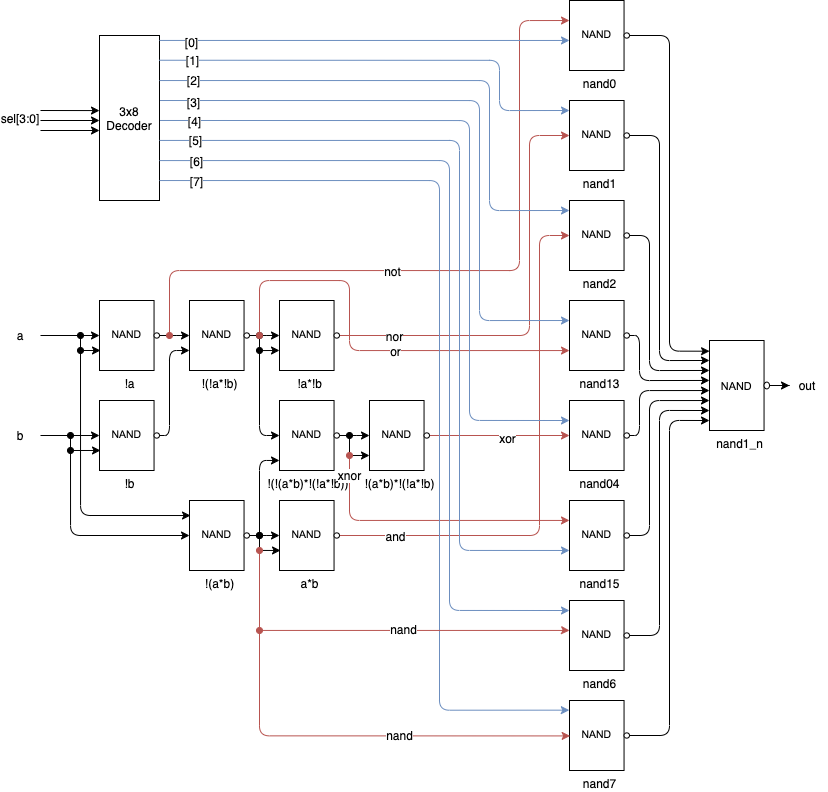
Earlier version of the draw.io export lab2/basic/NAND_implemnet/nand_implement.png (tangerine1202/EECS207001-Logic-Design-Lab). Source tidied: cells renumbered, new cells last; positions are measured from the earlier drawing's top-left corner, leaving out a move shared by most shapes.
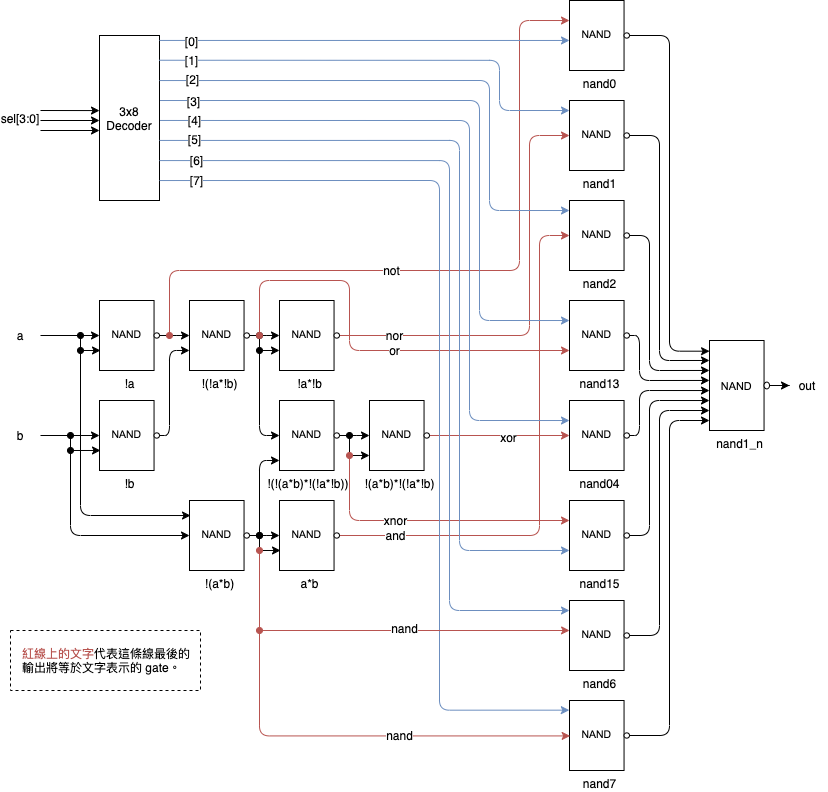
Above is the later version.

Commit message:
fix(lab2): renew nand_impl diagram

The edit, as a diff of the source:
```diff
@@ -2,6 +2,9 @@
   <root>
     <mxCell id="0" />
     <mxCell id="1" parent="0" />
+    <mxCell id="84" style="rounded=0;whiteSpace=wrap;html=1;dashed=1;" parent="1" vertex="1">
+      <mxGeometry x="10" y="630" width="190" height="60" as="geometry" />
+    </mxCell>
     <mxCell id="2" style="edgeStyle=orthogonalEdgeStyle;rounded=1;jettySize=auto;html=1;startArrow=none;startFill=0;" parent="1" edge="1" source="4" target="25">
       <mxGeometry relative="1" as="geometry" />
     </mxCell>
@@ -420,5 +423,8 @@
     <mxCell id="83" value="out" style="text;html=1;strokeColor=none;fillColor=none;align=center;verticalAlign=middle;whiteSpace=wrap;rounded=0;" parent="1" vertex="1">
       <mxGeometry x="787" y="375" width="40" height="20" as="geometry" />
     </mxCell>
+    <mxCell id="85" value="&lt;font color=&quot;#b85450&quot;&gt;紅線上的文字&lt;/font&gt;代表這條線最後的輸出將等於文字表示的 gate。" style="text;html=1;strokeColor=none;fillColor=none;align=left;verticalAlign=middle;whiteSpace=wrap;rounded=0;" parent="1" vertex="1">
+      <mxGeometry x="20" y="650" width="180" height="20" as="geometry" />
+    </mxCell>
   </root>
 </mxGraphModel>
```
